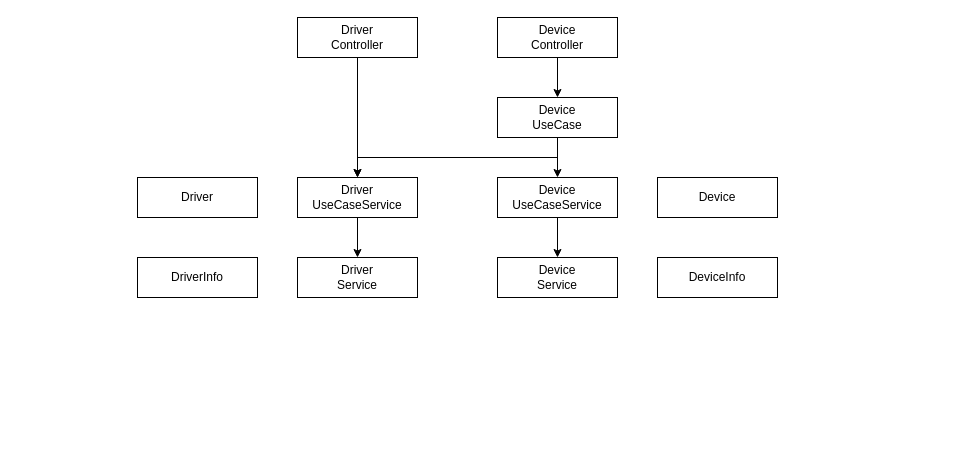
EgoreTTa/DeviceManager keeps this draw.io diagram as page "Страница-4" (4 of 4) of Пу-пу-пууу.drawio. Above is the earlier version. Source tidied: cells renumbered, new cells numbered last; positions are measured from the earlier drawing's top-left corner, leaving out a move shared by most shapes. Both pictures are drawn from the tidied source at 100%, with x=0, y=0 at pixel (137, 17).
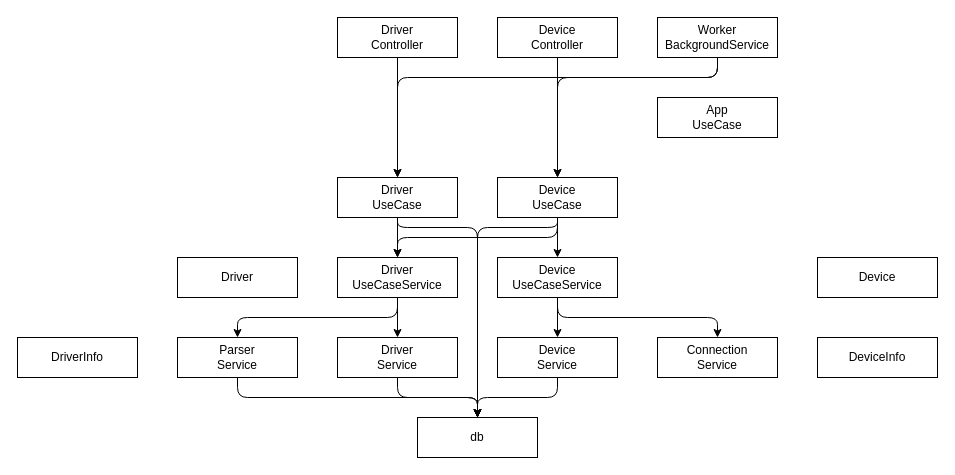
Above is the later version.

Unchanged cells that the change refers to:
```xml
<mxCell id="5" value="Device&lt;br&gt;Controller" style="rounded=0;whiteSpace=wrap;html=1;" parent="1" vertex="1">
  <mxGeometry x="360" width="120" height="40" as="geometry" />
</mxCell>
```

Change to the diagram source:
```diff
@@
-    <mxCell id="2" style="edgeStyle=orthogonalEdgeStyle;rounded=0;jettySize=auto;html=1;exitX=0.5;exitY=1;exitDx=0;exitDy=0;entryX=0.5;entryY=0;entryDx=0;entryDy=0;" parent="1" edge="1" source="3" target="10">
+    <mxCell id="2" style="edgeStyle=orthogonalEdgeStyle;rounded=1;jettySize=auto;html=1;exitX=0.5;exitY=1;exitDx=0;exitDy=0;entryX=0.5;entryY=0;entryDx=0;entryDy=0;curved=0;" parent="1" edge="1" source="26" target="10">
       <mxGeometry relative="1" as="geometry" />
     </mxCell>
+    <mxCell id="19" style="edgeStyle=orthogonalEdgeStyle;rounded=1;jettySize=auto;html=1;exitX=0.5;exitY=1;exitDx=0;exitDy=0;entryX=0.5;entryY=0;entryDx=0;entryDy=0;curved=0;" parent="1" edge="1" source="3" target="26">
+      <mxGeometry relative="1" as="geometry" />
+    </mxCell>
     <mxCell id="3" value="Driver&lt;br&gt;Controller" style="rounded=0;whiteSpace=wrap;html=1;" parent="1" vertex="1">
-      <mxGeometry x="160" width="120" height="40" as="geometry" />
+      <mxGeometry x="200" width="120" height="40" as="geometry" />
     </mxCell>
-    <mxCell id="4" style="edgeStyle=orthogonalEdgeStyle;rounded=0;jettySize=auto;html=1;exitX=0.5;exitY=1;exitDx=0;exitDy=0;entryX=0.5;entryY=0;entryDx=0;entryDy=0;" parent="1" edge="1" source="5" target="8">
+    <mxCell id="4" style="edgeStyle=orthogonalEdgeStyle;rounded=1;jettySize=auto;html=1;exitX=0.5;exitY=1;exitDx=0;exitDy=0;entryX=0.5;entryY=0;entryDx=0;entryDy=0;curved=0;" parent="1" edge="1" source="5" target="8">
       <mxGeometry relative="1" as="geometry" />
     </mxCell>
@@
-    <mxCell id="6" style="edgeStyle=orthogonalEdgeStyle;rounded=0;jettySize=auto;html=1;exitX=0.5;exitY=1;exitDx=0;exitDy=0;entryX=0.5;entryY=0;entryDx=0;entryDy=0;" parent="1" edge="1" source="8" target="12">
+    <mxCell id="6" style="edgeStyle=orthogonalEdgeStyle;rounded=1;jettySize=auto;html=1;exitX=0.5;exitY=1;exitDx=0;exitDy=0;entryX=0.5;entryY=0;entryDx=0;entryDy=0;curved=0;" parent="1" edge="1" source="8" target="12">
       <mxGeometry relative="1" as="geometry" />
     </mxCell>
-    <mxCell id="7" style="edgeStyle=orthogonalEdgeStyle;rounded=0;jettySize=auto;html=1;exitX=0.5;exitY=1;exitDx=0;exitDy=0;entryX=0.5;entryY=0;entryDx=0;entryDy=0;" parent="1" edge="1" source="8" target="10">
+    <mxCell id="7" style="edgeStyle=orthogonalEdgeStyle;rounded=1;jettySize=auto;html=1;exitX=0.5;exitY=1;exitDx=0;exitDy=0;entryX=0.5;entryY=0;entryDx=0;entryDy=0;curved=0;" parent="1" edge="1" source="8" target="10">
       <mxGeometry relative="1" as="geometry" />
     </mxCell>
+    <mxCell id="20" style="edgeStyle=orthogonalEdgeStyle;rounded=1;jettySize=auto;html=1;exitX=0.5;exitY=1;exitDx=0;exitDy=0;entryX=0.5;entryY=0;entryDx=0;entryDy=0;curved=0;" parent="1" edge="1" source="8" target="31">
+      <mxGeometry relative="1" as="geometry">
+        <Array as="points">
+          <mxPoint x="420" y="210" />
+          <mxPoint x="340" y="210" />
+        </Array>
+      </mxGeometry>
+    </mxCell>
     <mxCell id="8" value="Device&lt;br&gt;UseCase" style="rounded=0;whiteSpace=wrap;html=1;" parent="1" vertex="1">
-      <mxGeometry x="360" y="80" width="120" height="40" as="geometry" />
+      <mxGeometry x="360" y="160" width="120" height="40" as="geometry" />
     </mxCell>
-    <mxCell id="9" style="edgeStyle=orthogonalEdgeStyle;rounded=0;jettySize=auto;html=1;exitX=0.5;exitY=1;exitDx=0;exitDy=0;entryX=0.5;entryY=0;entryDx=0;entryDy=0;" parent="1" edge="1" source="10" target="16">
+    <mxCell id="9" style="edgeStyle=orthogonalEdgeStyle;rounded=1;jettySize=auto;html=1;exitX=0.5;exitY=1;exitDx=0;exitDy=0;entryX=0.5;entryY=0;entryDx=0;entryDy=0;curved=0;" parent="1" edge="1" source="10" target="16">
       <mxGeometry relative="1" as="geometry" />
     </mxCell>
+    <mxCell id="21" style="edgeStyle=orthogonalEdgeStyle;rounded=1;jettySize=auto;html=1;exitX=0.5;exitY=1;exitDx=0;exitDy=0;entryX=0.5;entryY=0;entryDx=0;entryDy=0;curved=0;" parent="1" edge="1" source="10" target="34">
+      <mxGeometry relative="1" as="geometry" />
+    </mxCell>
     <mxCell id="10" value="Driver&lt;br&gt;&lt;div&gt;UseCaseService&lt;/div&gt;" style="rounded=0;whiteSpace=wrap;html=1;" parent="1" vertex="1">
-      <mxGeometry x="160" y="160" width="120" height="40" as="geometry" />
+      <mxGeometry x="200" y="240" width="120" height="40" as="geometry" />
     </mxCell>
-    <mxCell id="11" style="edgeStyle=orthogonalEdgeStyle;rounded=0;jettySize=auto;html=1;exitX=0.5;exitY=1;exitDx=0;exitDy=0;entryX=0.5;entryY=0;entryDx=0;entryDy=0;" parent="1" edge="1" source="12" target="13">
+    <mxCell id="11" style="edgeStyle=orthogonalEdgeStyle;rounded=1;jettySize=auto;html=1;exitX=0.5;exitY=1;exitDx=0;exitDy=0;entryX=0.5;entryY=0;entryDx=0;entryDy=0;curved=0;" parent="1" edge="1" source="12" target="13">
       <mxGeometry relative="1" as="geometry" />
     </mxCell>
+    <mxCell id="22" style="edgeStyle=orthogonalEdgeStyle;rounded=1;jettySize=auto;html=1;exitX=0.5;exitY=1;exitDx=0;exitDy=0;entryX=0.5;entryY=0;entryDx=0;entryDy=0;curved=0;" parent="1" edge="1" source="12" target="32">
+      <mxGeometry relative="1" as="geometry" />
+    </mxCell>
     <mxCell id="12" value="Device&lt;br&gt;&lt;div&gt;UseCaseService&lt;/div&gt;" style="rounded=0;whiteSpace=wrap;html=1;" parent="1" vertex="1">
-      <mxGeometry x="360" y="160" width="120" height="40" as="geometry" />
+      <mxGeometry x="360" y="240" width="120" height="40" as="geometry" />
     </mxCell>
+    <mxCell id="23" style="edgeStyle=orthogonalEdgeStyle;rounded=1;jettySize=auto;html=1;exitX=0.5;exitY=1;exitDx=0;exitDy=0;entryX=0.5;entryY=0;entryDx=0;entryDy=0;curved=0;" parent="1" edge="1" source="13" target="31">
+      <mxGeometry relative="1" as="geometry" />
+    </mxCell>
     <mxCell id="13" value="Device&lt;br&gt;&lt;div&gt;Service&lt;/div&gt;" style="rounded=0;whiteSpace=wrap;html=1;" parent="1" vertex="1">
-      <mxGeometry x="360" y="240" width="120" height="40" as="geometry" />
+      <mxGeometry x="360" y="320" width="120" height="40" as="geometry" />
     </mxCell>
     <mxCell id="14" value="Device" style="rounded=0;whiteSpace=wrap;html=1;" parent="1" vertex="1">
-      <mxGeometry x="520" y="160" width="120" height="40" as="geometry" />
+      <mxGeometry x="680" y="240" width="120" height="40" as="geometry" />
     </mxCell>
     <mxCell id="15" value="Driver" style="rounded=0;whiteSpace=wrap;html=1;" parent="1" vertex="1">
-      <mxGeometry y="160" width="120" height="40" as="geometry" />
+      <mxGeometry x="40" y="240" width="120" height="40" as="geometry" />
     </mxCell>
+    <mxCell id="24" style="edgeStyle=orthogonalEdgeStyle;rounded=1;jettySize=auto;html=1;exitX=0.5;exitY=1;exitDx=0;exitDy=0;entryX=0.5;entryY=0;entryDx=0;entryDy=0;curved=0;" parent="1" edge="1" source="16" target="31">
+      <mxGeometry relative="1" as="geometry" />
+    </mxCell>
     <mxCell id="16" value="Driver&lt;br&gt;&lt;div&gt;Service&lt;/div&gt;" style="rounded=0;whiteSpace=wrap;html=1;" parent="1" vertex="1">
-      <mxGeometry x="160" y="240" width="120" height="40" as="geometry" />
+      <mxGeometry x="200" y="320" width="120" height="40" as="geometry" />
     </mxCell>
     <mxCell id="17" value="DeviceInfo" style="rounded=0;whiteSpace=wrap;html=1;" parent="1" vertex="1">
-      <mxGeometry x="520" y="240" width="120" height="40" as="geometry" />
+      <mxGeometry x="680" y="320" width="120" height="40" as="geometry" />
     </mxCell>
     <mxCell id="18" value="DriverInfo" style="rounded=0;whiteSpace=wrap;html=1;" parent="1" vertex="1">
-      <mxGeometry y="240" width="120" height="40" as="geometry" />
+      <mxGeometry x="-120" y="320" width="120" height="40" as="geometry" />
     </mxCell>
+    <mxCell id="25" style="edgeStyle=orthogonalEdgeStyle;rounded=1;jettySize=auto;html=1;exitX=0.5;exitY=1;exitDx=0;exitDy=0;entryX=0.5;entryY=0;entryDx=0;entryDy=0;curved=0;" parent="1" edge="1" source="26" target="31">
+      <mxGeometry relative="1" as="geometry">
+        <Array as="points">
+          <mxPoint x="260" y="210" />
+          <mxPoint x="340" y="210" />
+        </Array>
+      </mxGeometry>
+    </mxCell>
+    <mxCell id="26" value="Driver&lt;br&gt;&lt;div&gt;UseCase&lt;/div&gt;" style="rounded=0;whiteSpace=wrap;html=1;" parent="1" vertex="1">
+      <mxGeometry x="200" y="160" width="120" height="40" as="geometry" />
+    </mxCell>
+    <mxCell id="27" style="edgeStyle=orthogonalEdgeStyle;rounded=1;jettySize=auto;html=1;exitX=0.5;exitY=1;exitDx=0;exitDy=0;entryX=0.5;entryY=0;entryDx=0;entryDy=0;curved=0;" parent="1" edge="1" source="29" target="26">
+      <mxGeometry relative="1" as="geometry">
+        <Array as="points">
+          <mxPoint x="580" y="60" />
+          <mxPoint x="260" y="60" />
+        </Array>
+      </mxGeometry>
+    </mxCell>
+    <mxCell id="28" style="edgeStyle=orthogonalEdgeStyle;rounded=1;jettySize=auto;html=1;exitX=0.5;exitY=1;exitDx=0;exitDy=0;entryX=0.5;entryY=0;entryDx=0;entryDy=0;curved=0;" parent="1" edge="1" source="29" target="8">
+      <mxGeometry relative="1" as="geometry">
+        <Array as="points">
+          <mxPoint x="580" y="60" />
+          <mxPoint x="420" y="60" />
+        </Array>
+      </mxGeometry>
+    </mxCell>
+    <mxCell id="29" value="Worker&lt;div&gt;BackgroundService&lt;/div&gt;" style="rounded=0;whiteSpace=wrap;html=1;" parent="1" vertex="1">
+      <mxGeometry x="520" width="120" height="40" as="geometry" />
+    </mxCell>
+    <mxCell id="30" value="App&lt;br&gt;UseCase" style="rounded=0;whiteSpace=wrap;html=1;" parent="1" vertex="1">
+      <mxGeometry x="520" y="80" width="120" height="40" as="geometry" />
+    </mxCell>
+    <mxCell id="31" value="db" style="rounded=0;whiteSpace=wrap;html=1;" parent="1" vertex="1">
+      <mxGeometry x="280" y="400" width="120" height="40" as="geometry" />
+    </mxCell>
+    <mxCell id="32" value="Connection&lt;br&gt;&lt;div&gt;Service&lt;/div&gt;" style="rounded=0;whiteSpace=wrap;html=1;" parent="1" vertex="1">
+      <mxGeometry x="520" y="320" width="120" height="40" as="geometry" />
+    </mxCell>
+    <mxCell id="33" style="edgeStyle=orthogonalEdgeStyle;rounded=1;jettySize=auto;html=1;exitX=0.5;exitY=1;exitDx=0;exitDy=0;entryX=0.5;entryY=0;entryDx=0;entryDy=0;curved=0;" parent="1" edge="1" source="34" target="31">
+      <mxGeometry relative="1" as="geometry" />
+    </mxCell>
+    <mxCell id="34" value="Parser&lt;br&gt;&lt;div&gt;Service&lt;/div&gt;" style="rounded=0;whiteSpace=wrap;html=1;" parent="1" vertex="1">
+      <mxGeometry x="40" y="320" width="120" height="40" as="geometry" />
+    </mxCell>
```
